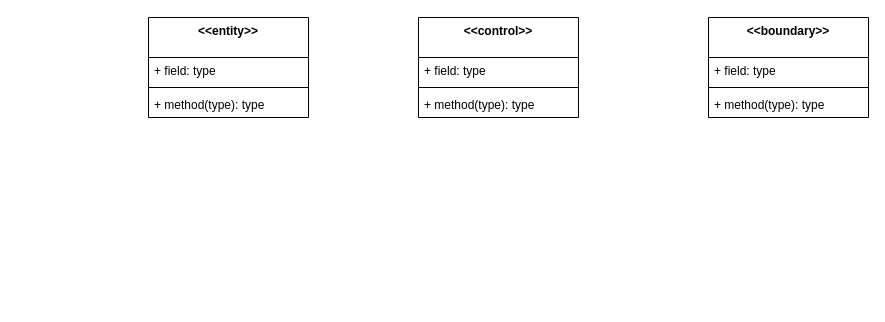
Before: Docs/VoPC/VoPC DeleteReservation.drawio in nic-agos/DoveStudi, a draw.io diagram. Source tidied: cells renumbered, new cells numbered last; positions are measured from the earlier drawing's top-left corner, leaving out a move shared by most shapes. Both pictures are drawn from the tidied source at 100%, with x=0, y=0 at pixel (148, 17).
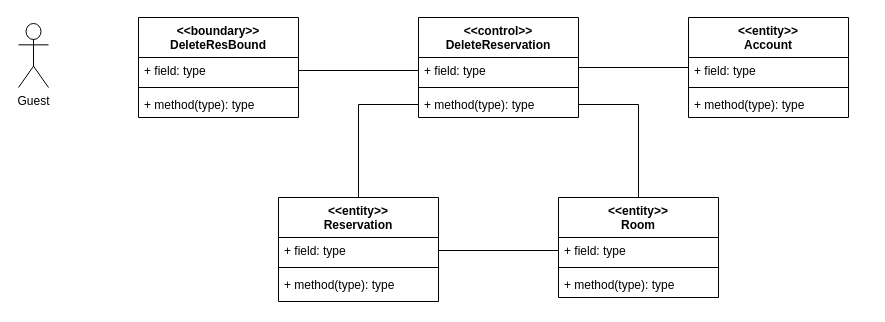
After the change.

Unchanged cells that the change refers to:
```xml
<mxCell id="3" value="+ field: type" style="text;strokeColor=none;fillColor=none;align=left;verticalAlign=top;spacingLeft=4;spacingRight=4;overflow=hidden;points=[[0,0.5],[1,0.5]];portConstraint=eastwest;" parent="2" vertex="1">
  <mxGeometry y="40" width="160" height="26" as="geometry" />
</mxCell>
<mxCell id="7" value="+ field: type" style="text;strokeColor=none;fillColor=none;align=left;verticalAlign=top;spacingLeft=4;spacingRight=4;overflow=hidden;points=[[0,0.5],[1,0.5]];portConstraint=eastwest;" parent="6" vertex="1">
  <mxGeometry y="40" width="160" height="26" as="geometry" />
</mxCell>
<mxCell id="9" value="+ method(type): type" style="text;strokeColor=none;fillColor=none;align=left;verticalAlign=top;spacingLeft=4;spacingRight=4;overflow=hidden;points=[[0,0.5],[1,0.5]];portConstraint=eastwest;" parent="6" vertex="1">
  <mxGeometry y="74" width="160" height="26" as="geometry" />
</mxCell>
<mxCell id="11" value="+ field: type" style="text;strokeColor=none;fillColor=none;align=left;verticalAlign=top;spacingLeft=4;spacingRight=4;overflow=hidden;points=[[0,0.5],[1,0.5]];portConstraint=eastwest;" parent="10" vertex="1">
  <mxGeometry y="40" width="160" height="26" as="geometry" />
</mxCell>
```

The edit, as a diff of the source:
```diff
@@
+    <mxCell id="14" style="edgeStyle=orthogonalEdgeStyle;rounded=0;jettySize=auto;html=1;exitX=0.5;exitY=0;exitDx=0;exitDy=0;endArrow=none;endFill=0;" parent="1" edge="1" source="2" target="9">
+      <mxGeometry relative="1" as="geometry" />
+    </mxCell>
-    <mxCell id="2" value="&lt;&lt;entity&gt;&gt;&#10;" style="swimlane;fontStyle=1;align=center;verticalAlign=top;horizontal=1;startSize=40;" parent="1" vertex="1">
-      <mxGeometry width="160" height="100" as="geometry" />
+    <mxCell id="2" value="&lt;&lt;entity&gt;&gt;&#10;Reservation" style="swimlane;fontStyle=1;align=center;verticalAlign=top;horizontal=1;startSize=40;" parent="1" vertex="1">
+      <mxGeometry x="130" y="180" width="160" height="104" as="geometry" />
     </mxCell>
@@
     <mxCell id="5" value="+ method(type): type" style="text;strokeColor=none;fillColor=none;align=left;verticalAlign=top;spacingLeft=4;spacingRight=4;overflow=hidden;" parent="2" vertex="1">
-      <mxGeometry y="74" width="160" height="26" as="geometry" />
+      <mxGeometry y="74" width="160" height="30" as="geometry" />
     </mxCell>
+    <mxCell id="15" style="edgeStyle=orthogonalEdgeStyle;rounded=0;jettySize=auto;html=1;exitX=1;exitY=0.5;exitDx=0;exitDy=0;entryX=0;entryY=0.5;entryDx=0;entryDy=0;endArrow=none;endFill=0;" parent="1" edge="1" source="6" target="24">
+      <mxGeometry relative="1" as="geometry" />
+    </mxCell>
-    <mxCell id="6" value="&lt;&lt;control&gt;&gt;&#10;" style="swimlane;fontStyle=1;align=center;verticalAlign=top;horizontal=1;startSize=40;" parent="1" vertex="1">
+    <mxCell id="6" value="&lt;&lt;control&gt;&gt;&#10;DeleteReservation" style="swimlane;fontStyle=1;align=center;verticalAlign=top;horizontal=1;startSize=40;" parent="1" vertex="1">
       <mxGeometry x="270" width="160" height="100" as="geometry" />
     </mxCell>
@@
-    <mxCell id="10" value="&lt;&lt;boundary&gt;&gt;&#10;" style="swimlane;fontStyle=1;align=center;verticalAlign=top;horizontal=1;startSize=40;" parent="1" vertex="1">
-      <mxGeometry x="560" width="160" height="100" as="geometry" />
+    <mxCell id="10" value="&lt;&lt;boundary&gt;&gt;&#10;DeleteResBound" style="swimlane;fontStyle=1;align=center;verticalAlign=top;horizontal=1;startSize=40;" parent="1" vertex="1">
+      <mxGeometry x="-10" width="160" height="100" as="geometry" />
     </mxCell>
@@
+    <mxCell id="16" value="Guest" style="shape=umlActor;verticalLabelPosition=bottom;verticalAlign=top;html=1;" parent="1" vertex="1">
+      <mxGeometry x="-130" y="6" width="30" height="64" as="geometry" />
+    </mxCell>
+    <mxCell id="17" style="edgeStyle=orthogonalEdgeStyle;rounded=0;jettySize=auto;html=1;exitX=1;exitY=0.5;exitDx=0;exitDy=0;entryX=0;entryY=0.5;entryDx=0;entryDy=0;endArrow=none;endFill=0;" parent="1" edge="1" source="11" target="7">
+      <mxGeometry relative="1" as="geometry" />
+    </mxCell>
+    <mxCell id="18" style="edgeStyle=orthogonalEdgeStyle;rounded=0;jettySize=auto;html=1;exitX=0.5;exitY=0;exitDx=0;exitDy=0;entryX=1;entryY=0.5;entryDx=0;entryDy=0;endArrow=none;endFill=0;" parent="1" edge="1" source="19" target="9">
+      <mxGeometry relative="1" as="geometry" />
+    </mxCell>
+    <mxCell id="19" value="&lt;&lt;entity&gt;&gt;&#10;Room" style="swimlane;fontStyle=1;align=center;verticalAlign=top;horizontal=1;startSize=40;" parent="1" vertex="1">
+      <mxGeometry x="410" y="180" width="160" height="100" as="geometry" />
+    </mxCell>
+    <mxCell id="20" value="+ field: type" style="text;strokeColor=none;fillColor=none;align=left;verticalAlign=top;spacingLeft=4;spacingRight=4;overflow=hidden;points=[[0,0.5],[1,0.5]];portConstraint=eastwest;" parent="19" vertex="1">
+      <mxGeometry y="40" width="160" height="26" as="geometry" />
+    </mxCell>
+    <mxCell id="21" style="line;strokeWidth=1;fillColor=none;align=left;verticalAlign=middle;spacingTop=-1;spacingLeft=3;spacingRight=3;labelPosition=right;" parent="19" vertex="1">
+      <mxGeometry y="66" width="160" height="8" as="geometry" />
+    </mxCell>
+    <mxCell id="22" value="+ method(type): type" style="text;strokeColor=none;fillColor=none;align=left;verticalAlign=top;spacingLeft=4;spacingRight=4;overflow=hidden;" parent="19" vertex="1">
+      <mxGeometry y="74" width="160" height="26" as="geometry" />
+    </mxCell>
+    <mxCell id="23" style="edgeStyle=orthogonalEdgeStyle;rounded=0;jettySize=auto;html=1;exitX=1;exitY=0.5;exitDx=0;exitDy=0;entryX=0;entryY=0.5;entryDx=0;entryDy=0;endArrow=none;endFill=0;" parent="1" edge="1" source="3" target="20">
+      <mxGeometry relative="1" as="geometry" />
+    </mxCell>
+    <mxCell id="24" value="&lt;&lt;entity&gt;&gt;&#10;Account" style="swimlane;fontStyle=1;align=center;verticalAlign=top;horizontal=1;startSize=40;" parent="1" vertex="1">
+      <mxGeometry x="540" width="160" height="100" as="geometry" />
+    </mxCell>
+    <mxCell id="25" value="+ field: type" style="text;strokeColor=none;fillColor=none;align=left;verticalAlign=top;spacingLeft=4;spacingRight=4;overflow=hidden;" parent="24" vertex="1">
+      <mxGeometry y="40" width="160" height="26" as="geometry" />
+    </mxCell>
+    <mxCell id="26" style="line;strokeWidth=1;fillColor=none;align=left;verticalAlign=middle;spacingTop=-1;spacingLeft=3;spacingRight=3;labelPosition=right;" parent="24" vertex="1">
+      <mxGeometry y="66" width="160" height="8" as="geometry" />
+    </mxCell>
+    <mxCell id="27" value="+ method(type): type" style="text;strokeColor=none;fillColor=none;align=left;verticalAlign=top;spacingLeft=4;spacingRight=4;overflow=hidden;" parent="24" vertex="1">
+      <mxGeometry y="74" width="160" height="26" as="geometry" />
+    </mxCell>
```
